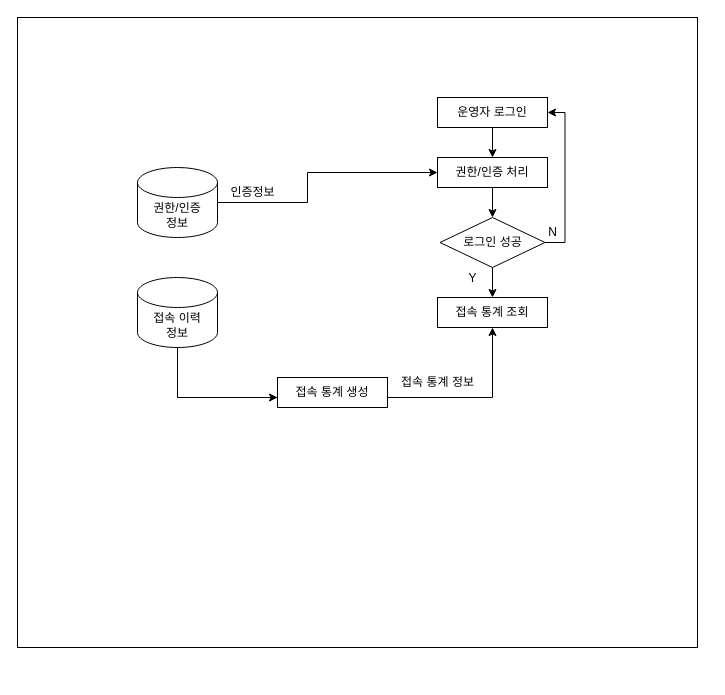
This is 제목 없는 다이어그램.drawio from gowjd4419/spring_basic, a draw.io file, before an edit. Source tidied: cells renumbered, new cells numbered last; positions are measured from the earlier drawing's top-left corner, leaving out a move shared by most shapes. Both pictures are drawn from the tidied source at 100%, with x=0, y=0 at pixel (17, 17).
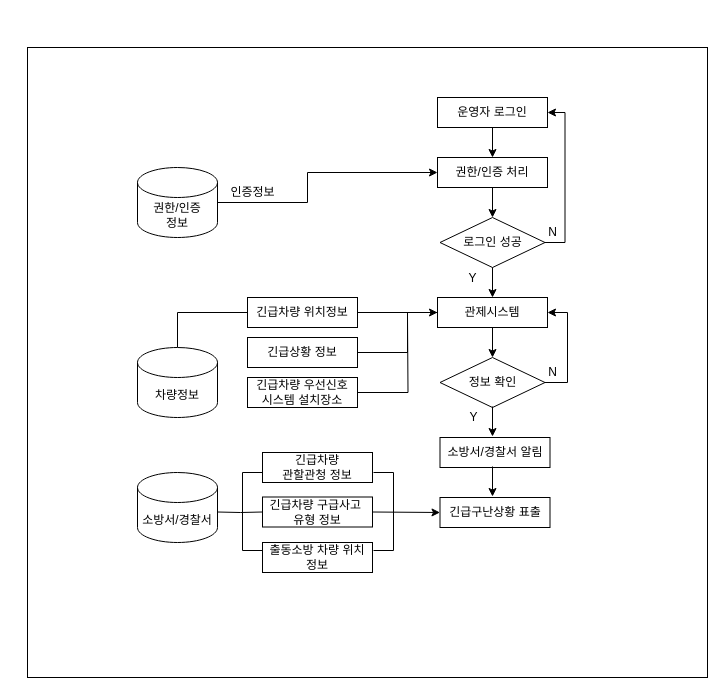
After the change.

Commit message:
제목 없는 다이어그램.drawio 업데이트

Change to the diagram source:
```diff
@@
     <mxCell id="2" style="rounded=0;whiteSpace=wrap;html=1;" parent="1" vertex="1">
-      <mxGeometry width="680" height="630" as="geometry" />
+      <mxGeometry x="10" y="30" width="680" height="630" as="geometry" />
     </mxCell>
@@
-    <mxCell id="15" value="접속 통계 조회" style="rounded=0;whiteSpace=wrap;html=1;" parent="1" vertex="1">
+    <mxCell id="15" value="관제시스템" style="rounded=0;whiteSpace=wrap;html=1;" parent="1" vertex="1">
       <mxGeometry x="420" y="280" width="110" height="30" as="geometry" />
     </mxCell>
-    <mxCell id="16" value="접속 통계 정보" style="text;html=1;align=center;verticalAlign=middle;strokeColor=none;fillColor=none;" parent="1" vertex="1">
-      <mxGeometry x="370" y="350" width="100" height="30" as="geometry" />
-    </mxCell>
-    <mxCell id="17" style="edgeStyle=segmentEdgeStyle;endArrow=classic;html=1;rounded=0;exitX=0.5;exitY=1;exitDx=0;exitDy=0;exitPerimeter=0;entryX=0.5;entryY=1;entryDx=0;entryDy=0;" parent="1" edge="1" source="19" target="15">
+    <mxCell id="17" style="edgeStyle=orthogonalEdgeStyle;rounded=0;jettySize=auto;html=1;entryX=0;entryY=0.5;entryDx=0;entryDy=0;" parent="1" edge="1" source="19" target="15">
       <mxGeometry relative="1" as="geometry">
         <Array as="points">
-          <mxPoint x="160" y="380" />
-          <mxPoint x="475" y="380" />
+          <mxPoint x="160" y="295" />
         </Array>
       </mxGeometry>
     </mxCell>
-    <mxCell id="18" value="접속 통계 생성" style="rounded=0;whiteSpace=wrap;html=1;" parent="1" vertex="1">
-      <mxGeometry x="260" y="360" width="110" height="30" as="geometry" />
-    </mxCell>
-    <mxCell id="19" value="접속 이력&lt;br&gt;정보" style="shape=cylinder3;whiteSpace=wrap;html=1;boundedLbl=1;backgroundOutline=1;size=15;" parent="1" vertex="1">
-      <mxGeometry x="120" y="260" width="80" height="70" as="geometry" />
+    <mxCell id="19" value="차량정보" style="shape=cylinder3;whiteSpace=wrap;html=1;boundedLbl=1;backgroundOutline=1;size=15;" parent="1" vertex="1">
+      <mxGeometry x="120" y="330" width="80" height="70" as="geometry" />
     </mxCell>
-    <mxCell id="20" style="endArrow=classic;html=1;rounded=0;" parent="1" edge="1">
-      <mxGeometry relative="1" as="geometry">
-        <mxPoint x="160" y="380" as="sourcePoint" />
-        <mxPoint x="260" y="380" as="targetPoint" />
-      </mxGeometry>
-    </mxCell>
+    <mxCell id="21" style="edgeStyle=orthogonalEdgeStyle;rounded=0;jettySize=auto;html=1;endArrow=none;endFill=0;entryX=0;entryY=0.5;entryDx=0;entryDy=0;" parent="1" edge="1" target="29">
+      <mxGeometry relative="1" as="geometry">
+        <mxPoint x="200" y="494.5" as="sourcePoint" />
+      </mxGeometry>
+    </mxCell>
+    <mxCell id="22" value="소방서/경찰서 알림" style="rounded=0;whiteSpace=wrap;html=1;" parent="1" vertex="1">
+      <mxGeometry x="422.5" y="420" width="110" height="30" as="geometry" />
+    </mxCell>
+    <mxCell id="23" value="긴급차량 위치정보" style="rounded=0;whiteSpace=wrap;html=1;" parent="1" vertex="1">
+      <mxGeometry x="230" y="280" width="110" height="30" as="geometry" />
+    </mxCell>
+    <mxCell id="24" style="edgeStyle=orthogonalEdgeStyle;rounded=0;jettySize=auto;html=1;endArrow=none;endFill=0;" parent="1" edge="1" source="25" target="15">
+      <mxGeometry relative="1" as="geometry">
+        <Array as="points">
+          <mxPoint x="390" y="335" />
+          <mxPoint x="390" y="295" />
+        </Array>
+      </mxGeometry>
+    </mxCell>
+    <mxCell id="25" value="긴급상황 정보" style="rounded=0;whiteSpace=wrap;html=1;" parent="1" vertex="1">
+      <mxGeometry x="230" y="320" width="110" height="30" as="geometry" />
+    </mxCell>
+    <mxCell id="26" style="edgeStyle=orthogonalEdgeStyle;rounded=0;jettySize=auto;html=1;endArrow=none;endFill=0;" parent="1" edge="1" source="27">
+      <mxGeometry relative="1" as="geometry">
+        <mxPoint x="390" y="300" as="targetPoint" />
+      </mxGeometry>
+    </mxCell>
+    <mxCell id="27" value="긴급차량 우선신호&lt;br&gt;시스템 설치장소" style="rounded=0;whiteSpace=wrap;html=1;" parent="1" vertex="1">
+      <mxGeometry x="230" y="360" width="110" height="30" as="geometry" />
+    </mxCell>
+    <mxCell id="28" value="긴급차량&lt;br&gt;관할관청 정보" style="rounded=0;whiteSpace=wrap;html=1;" parent="1" vertex="1">
+      <mxGeometry x="245" y="435" width="110" height="30" as="geometry" />
+    </mxCell>
+    <mxCell id="29" value="긴급차량 구급사고&amp;nbsp;&lt;br&gt;유형 정보" style="rounded=0;whiteSpace=wrap;html=1;" parent="1" vertex="1">
+      <mxGeometry x="245" y="479.5" width="110" height="30" as="geometry" />
+    </mxCell>
+    <mxCell id="30" value="출동소방 차량 위치 정보" style="rounded=0;whiteSpace=wrap;html=1;" parent="1" vertex="1">
+      <mxGeometry x="245" y="525" width="110" height="30" as="geometry" />
+    </mxCell>
+    <mxCell id="31" style="edgeStyle=orthogonalEdgeStyle;rounded=0;jettySize=auto;html=1;endArrow=classic;endFill=1;entryX=1;entryY=0.5;entryDx=0;entryDy=0;" parent="1" edge="1" source="32" target="15">
+      <mxGeometry relative="1" as="geometry">
+        <Array as="points">
+          <mxPoint x="550" y="365" />
+          <mxPoint x="550" y="295" />
+        </Array>
+      </mxGeometry>
+    </mxCell>
+    <mxCell id="32" value="정보 확인" style="rhombus;whiteSpace=wrap;html=1;" parent="1" vertex="1">
+      <mxGeometry x="422.5" y="340" width="105" height="50" as="geometry" />
+    </mxCell>
+    <mxCell id="33" value="Y" style="text;html=1;align=center;verticalAlign=middle;strokeColor=none;fillColor=none;" parent="1" vertex="1">
+      <mxGeometry x="441" y="385" width="30" height="30" as="geometry" />
+    </mxCell>
+    <mxCell id="34" style="endArrow=classic;html=1;rounded=0;exitX=0.5;exitY=1;exitDx=0;exitDy=0;" parent="1" edge="1">
+      <mxGeometry relative="1" as="geometry">
+        <mxPoint x="475" y="310" as="sourcePoint" />
+        <mxPoint x="475" y="340" as="targetPoint" />
+      </mxGeometry>
+    </mxCell>
+    <mxCell id="35" value="N" style="text;html=1;align=center;verticalAlign=middle;fillColor=none;strokeColor=none;rounded=0;" parent="1" vertex="1">
+      <mxGeometry x="520" y="340" width="30" height="30" as="geometry" />
+    </mxCell>
+    <mxCell id="36" style="endArrow=classic;html=1;rounded=0;exitX=0.5;exitY=1;exitDx=0;exitDy=0;" parent="1" edge="1">
+      <mxGeometry relative="1" as="geometry">
+        <mxPoint x="475" y="389" as="sourcePoint" />
+        <mxPoint x="475" y="419" as="targetPoint" />
+      </mxGeometry>
+    </mxCell>
+    <mxCell id="37" value="긴급구난상황 표출" style="rounded=0;whiteSpace=wrap;html=1;" parent="1" vertex="1">
+      <mxGeometry x="422.5" y="480" width="110" height="30" as="geometry" />
+    </mxCell>
+    <mxCell id="38" style="endArrow=classic;html=1;rounded=0;exitX=0.5;exitY=1;exitDx=0;exitDy=0;" parent="1" edge="1">
+      <mxGeometry relative="1" as="geometry">
+        <mxPoint x="475" y="449" as="sourcePoint" />
+        <mxPoint x="475" y="479" as="targetPoint" />
+      </mxGeometry>
+    </mxCell>
+    <mxCell id="39" style="endArrow=none;html=1;rounded=0;" parent="1" edge="1">
+      <mxGeometry relative="1" as="geometry">
+        <mxPoint x="225" y="495" as="sourcePoint" />
+        <mxPoint x="225" y="455" as="targetPoint" />
+      </mxGeometry>
+    </mxCell>
+    <mxCell id="40" style="endArrow=none;html=1;rounded=0;" parent="1" edge="1">
+      <mxGeometry relative="1" as="geometry">
+        <mxPoint x="225" y="533" as="sourcePoint" />
+        <mxPoint x="225" y="493" as="targetPoint" />
+      </mxGeometry>
+    </mxCell>
+    <mxCell id="41" style="endArrow=none;html=1;rounded=0;" parent="1" edge="1">
+      <mxGeometry relative="1" as="geometry">
+        <mxPoint x="225" y="455" as="sourcePoint" />
+        <mxPoint x="245" y="455" as="targetPoint" />
+      </mxGeometry>
+    </mxCell>
+    <mxCell id="42" style="endArrow=none;html=1;rounded=0;" parent="1" edge="1">
+      <mxGeometry relative="1" as="geometry">
+        <mxPoint x="225" y="533" as="sourcePoint" />
+        <mxPoint x="245" y="533" as="targetPoint" />
+      </mxGeometry>
+    </mxCell>
+    <mxCell id="43" style="endArrow=none;html=1;rounded=0;" parent="1" edge="1">
+      <mxGeometry relative="1" as="geometry">
+        <mxPoint x="376" y="495" as="sourcePoint" />
+        <mxPoint x="376" y="455" as="targetPoint" />
+      </mxGeometry>
+    </mxCell>
+    <mxCell id="44" style="endArrow=none;html=1;rounded=0;" parent="1" edge="1">
+      <mxGeometry relative="1" as="geometry">
+        <mxPoint x="376" y="533" as="sourcePoint" />
+        <mxPoint x="376" y="493" as="targetPoint" />
+      </mxGeometry>
+    </mxCell>
+    <mxCell id="45" style="endArrow=none;html=1;rounded=0;" parent="1" edge="1">
+      <mxGeometry relative="1" as="geometry">
+        <mxPoint x="356" y="455" as="sourcePoint" />
+        <mxPoint x="376" y="455" as="targetPoint" />
+      </mxGeometry>
+    </mxCell>
+    <mxCell id="46" style="endArrow=none;html=1;rounded=0;" parent="1" edge="1">
+      <mxGeometry relative="1" as="geometry">
+        <mxPoint x="356" y="533" as="sourcePoint" />
+        <mxPoint x="376" y="533" as="targetPoint" />
+      </mxGeometry>
+    </mxCell>
+    <mxCell id="47" value="소방서/경찰서" style="shape=cylinder3;whiteSpace=wrap;html=1;boundedLbl=1;backgroundOutline=1;size=15;" parent="1" vertex="1">
+      <mxGeometry x="120" y="455" width="80" height="70" as="geometry" />
+    </mxCell>
+    <mxCell id="48" style="endArrow=classic;html=1;rounded=0;exitX=1;exitY=0.5;exitDx=0;exitDy=0;entryX=0;entryY=0.5;entryDx=0;entryDy=0;" parent="1" edge="1" source="29" target="37">
+      <mxGeometry relative="1" as="geometry" />
+    </mxCell>
```
